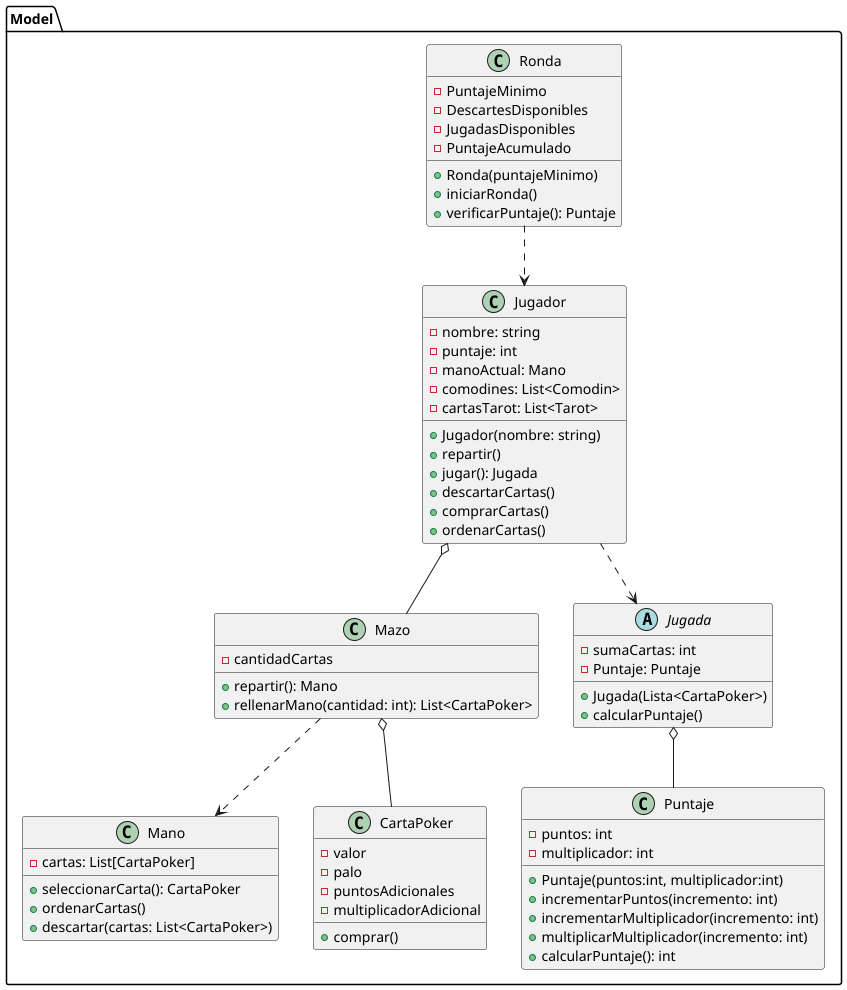
This is diagrams/classes/clasesBalatro2.png from carruizdiaz1109/UBAlatro, a PlantUML export, as it was before one commit. The source it was exported from:
```plantuml
@startuml

package Model {

class Jugador {
    - nombre: string
    - puntaje: int
    - manoActual: Mano
    - comodines: List<Comodin>
    - cartasTarot: List<Tarot>
    + Jugador(nombre: string)
    + repartir()
    + jugar(): Jugada
    + descartarCartas()
    + comprarCartas()
    + ordenarCartas()
}


class Mazo {
    - cantidadCartas
    +repartir(): Mano
    +rellenarMano(cantidad: int): List<CartaPoker>
}

class Mano {
    - cartas: List[CartaPoker]
    + seleccionarCarta(): CartaPoker
    + ordenarCartas()
    + descartar(cartas: List<CartaPoker>)
}

class Puntaje {
    - puntos: int
    - multiplicador: int
    + Puntaje(puntos:int, multiplicador:int)
    + incrementarPuntos(incremento: int)
    + incrementarMultiplicador(incremento: int)
    + multiplicarMultiplicador(incremento: int)
    + calcularPuntaje(): int
}

class CartaPoker {
    - valor
    - palo
    - puntosAdicionales
    - multiplicadorAdicional
    + comprar()
}

class Ronda {
    - PuntajeMinimo
    - DescartesDisponibles
    - JugadasDisponibles
    - PuntajeAcumulado
    + Ronda(puntajeMinimo)
    + iniciarRonda()
    + verificarPuntaje(): Puntaje
}

abstract class Jugada {
    - sumaCartas: int
    - Puntaje: Puntaje
    + Jugada(Lista<CartaPoker>)
    + calcularPuntaje()
}



Jugador o-- Mazo
Mazo ..> Mano
Mazo o-- CartaPoker
Jugador ..> Jugada
Jugada o-- Puntaje
Ronda ..> Jugador
}
@enduml
```
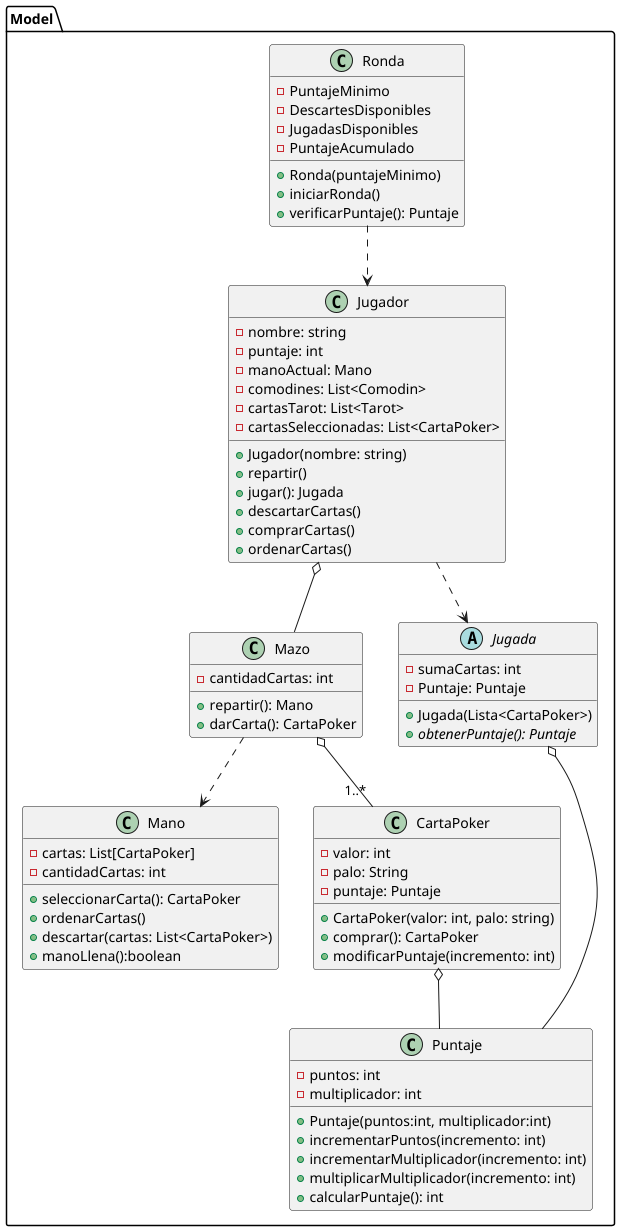
After the change.

What changed in the source:
```diff
@@ -8,6 +8,7 @@
     - manoActual: Mano
     - comodines: List<Comodin>
     - cartasTarot: List<Tarot>
+    - cartasSeleccionadas: List<CartaPoker>
     + Jugador(nombre: string)
     + repartir()
     + jugar(): Jugada
@@ -18,16 +19,18 @@
 
 
 class Mazo {
-    - cantidadCartas
-    +repartir(): Mano
-    +rellenarMano(cantidad: int): List<CartaPoker>
+    - cantidadCartas: int
+    + repartir(): Mano
+    + darCarta(): CartaPoker
 }
 
 class Mano {
     - cartas: List[CartaPoker]
+    - cantidadCartas: int
     + seleccionarCarta(): CartaPoker
     + ordenarCartas()
     + descartar(cartas: List<CartaPoker>)
+    + manoLlena():boolean
 }
 
 class Puntaje {
@@ -41,11 +44,12 @@
 }
 
 class CartaPoker {
-    - valor
-    - palo
-    - puntosAdicionales
-    - multiplicadorAdicional
-    + comprar()
+    - valor: int
+    - palo: String
+    - puntaje: Puntaje
+    + CartaPoker(valor: int, palo: string)
+    + comprar(): CartaPoker
+    + modificarPuntaje(incremento: int)
 }
 
 class Ronda {
@@ -62,14 +66,13 @@
     - sumaCartas: int
     - Puntaje: Puntaje
     + Jugada(Lista<CartaPoker>)
-    + calcularPuntaje()
+    + {abstract}obtenerPuntaje(): Puntaje
 }
 
-
-
+CartaPoker o-- Puntaje
 Jugador o-- Mazo
 Mazo ..> Mano
-Mazo o-- CartaPoker
+Mazo o-- "1..*" CartaPoker
 Jugador ..> Jugada
 Jugada o-- Puntaje
 Ronda ..> Jugador
```
